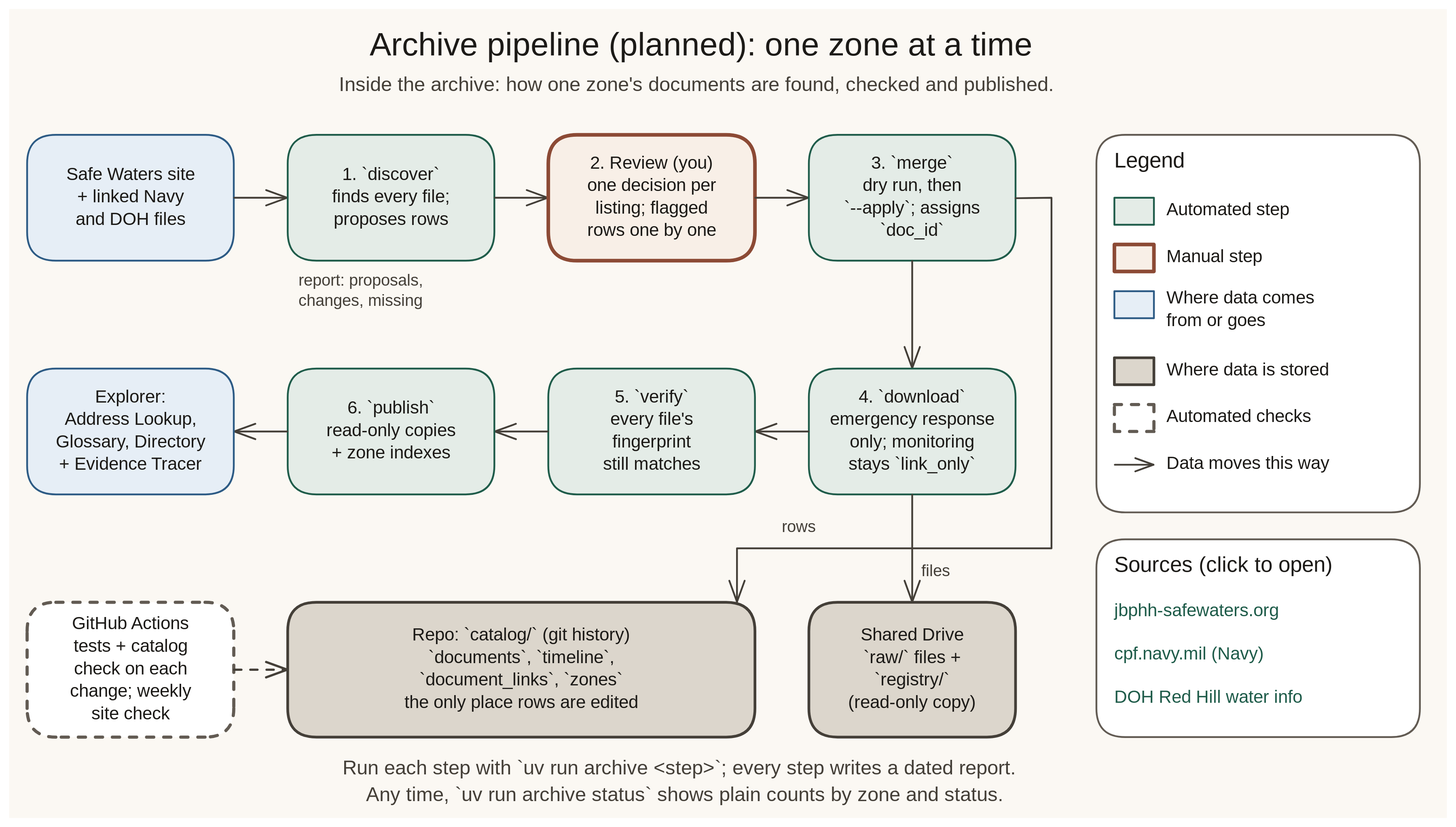
Above: docs/diagrams/svgs/archive-pipeline.excalidraw.svg in alemarieceria/jbphh-dw-archive-pipeline (Excalidraw), before the change. Source tidied: one line per element, renumbered; positions are measured from the earlier drawing's top-left corner, leaving out a move shared by most shapes.
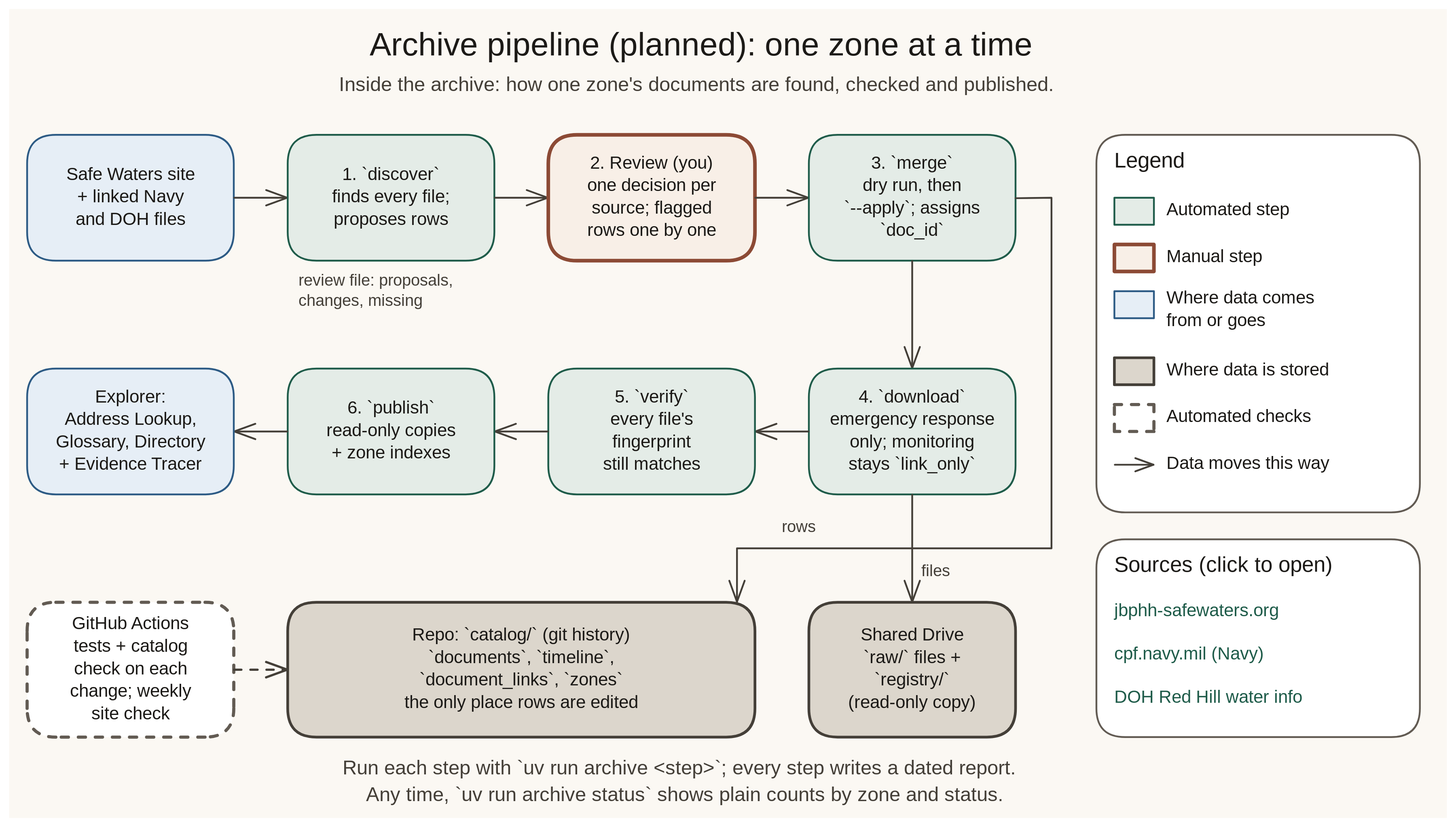
The same diagram one commit later.

Commit message:
docs: fix text that no longer matches the archive

Diff of the diagram source:
```diff
@@ -4,7 +4,7 @@
 {"id": 3, "type": "rectangle", "strokeColor": "#2d5b85", "backgroundColor": "#e6eef6", "fillStyle": "solid", "strokeWidth": 2, "roughness": 0, "round": true, "x": 20, "y": 140, "width": 230, "height": 140}
 {"id": 4, "type": "arrow", "strokeColor": "#443f38", "strokeWidth": 2, "roughness": 0, "endArrowhead": "arrow", "x": 250, "y": 210, "width": 59, "height": 0, "points": [[0, 0], [59, 0]]}
 {"id": 5, "type": "rectangle", "strokeColor": "#1f5c4a", "backgroundColor": "#e4ece7", "fillStyle": "solid", "strokeWidth": 2, "roughness": 0, "round": true, "x": 310, "y": 140, "width": 230, "height": 140}
-{"id": 6, "type": "text", "text": "report: proposals,\nchanges, missing", "strokeColor": "#443f38", "strokeWidth": 2, "roughness": 0, "fontSize": 18, "fontFamily": 5, "x": 322, "y": 292, "width": 139, "height": 45}
+{"id": 6, "type": "text", "text": "review file: proposals,\nchanges, missing", "strokeColor": "#443f38", "strokeWidth": 2, "roughness": 0, "fontSize": 18, "fontFamily": 5, "x": 322, "y": 292, "width": 169, "height": 45}
 {"id": 7, "type": "rectangle", "strokeColor": "#625b53", "backgroundColor": "#ffffff", "fillStyle": "solid", "strokeWidth": 2, "roughness": 0, "round": true, "x": 1210, "y": 140, "width": 360, "height": 420}
 {"id": 8, "type": "text", "text": "Legend", "strokeColor": "#1c1a17", "strokeWidth": 2, "roughness": 0, "fontSize": 24, "fontFamily": 5, "x": 1230, "y": 155, "width": 78, "height": 30}
 {"id": 9, "type": "rectangle", "strokeColor": "#1f5c4a", "backgroundColor": "#e4ece7", "fillStyle": "solid", "strokeWidth": 2, "roughness": 0, "x": 1230, "y": 210, "width": 44, "height": 30}
@@ -48,7 +48,7 @@
 {"id": 47, "type": "text", "text": "Any time, `uv run archive status` shows plain counts by zone and status.", "strokeColor": "#443f38", "strokeWidth": 2, "roughness": 0, "fontSize": 22, "fontFamily": 5, "x": 397, "y": 862, "width": 691, "height": 28}
 {"id": 48, "type": "text", "text": "Safe Waters site\n+ linked Navy\nand DOH files", "strokeColor": "#1c1a17", "strokeWidth": 2, "roughness": 1, "fontSize": 20, "fontFamily": 5, "textAlign": "center", "verticalAlign": "middle", "inside": 3, "x": 65, "y": 172, "width": 140, "height": 75}
 {"id": 49, "type": "text", "text": "1. `discover`\nfinds every file;\nproposes rows", "strokeColor": "#1c1a17", "strokeWidth": 2, "roughness": 1, "fontSize": 20, "fontFamily": 5, "textAlign": "center", "verticalAlign": "middle", "inside": 5, "x": 359, "y": 172, "width": 132, "height": 75}
-{"id": 50, "type": "text", "text": "2. Review (you)\none decision per\nlisting; flagged\nrows one by one", "strokeColor": "#1c1a17", "strokeWidth": 2, "roughness": 1, "fontSize": 20, "fontFamily": 5, "textAlign": "center", "verticalAlign": "middle", "inside": 27, "x": 642, "y": 160, "width": 146, "height": 100}
+{"id": 59, "type": "text", "text": "2. Review (you)\none decision per\nsource; flagged\nrows one by one", "strokeColor": "#1c1a17", "strokeWidth": 2, "roughness": 1, "fontSize": 20, "fontFamily": 5, "textAlign": "center", "verticalAlign": "middle", "inside": 27, "x": 642, "y": 160, "width": 146, "height": 100}
 {"id": 51, "type": "text", "text": "3. `merge`\ndry run, then\n`--apply`; assigns\n`doc_id`", "strokeColor": "#1c1a17", "strokeWidth": 2, "roughness": 1, "fontSize": 20, "fontFamily": 5, "textAlign": "center", "verticalAlign": "middle", "inside": 29, "x": 931, "y": 160, "width": 148, "height": 100}
 {"id": 52, "type": "text", "text": "Repo: `catalog/` (git history)\n`documents`, `timeline`,\n`document_links`, `zones`\nthe only place rows are edited", "strokeColor": "#1c1a17", "strokeWidth": 2, "roughness": 1, "fontSize": 20, "fontFamily": 5, "textAlign": "center", "verticalAlign": "middle", "inside": 30, "x": 438, "y": 685, "width": 265, "height": 100}
 {"id": 53, "type": "text", "text": "4. `download`\nemergency response\nonly; monitoring\nstays `link_only`", "strokeColor": "#1c1a17", "strokeWidth": 2, "roughness": 1, "fontSize": 20, "fontFamily": 5, "textAlign": "center", "verticalAlign": "middle", "inside": 34, "x": 914, "y": 420, "width": 182, "height": 100}
```
